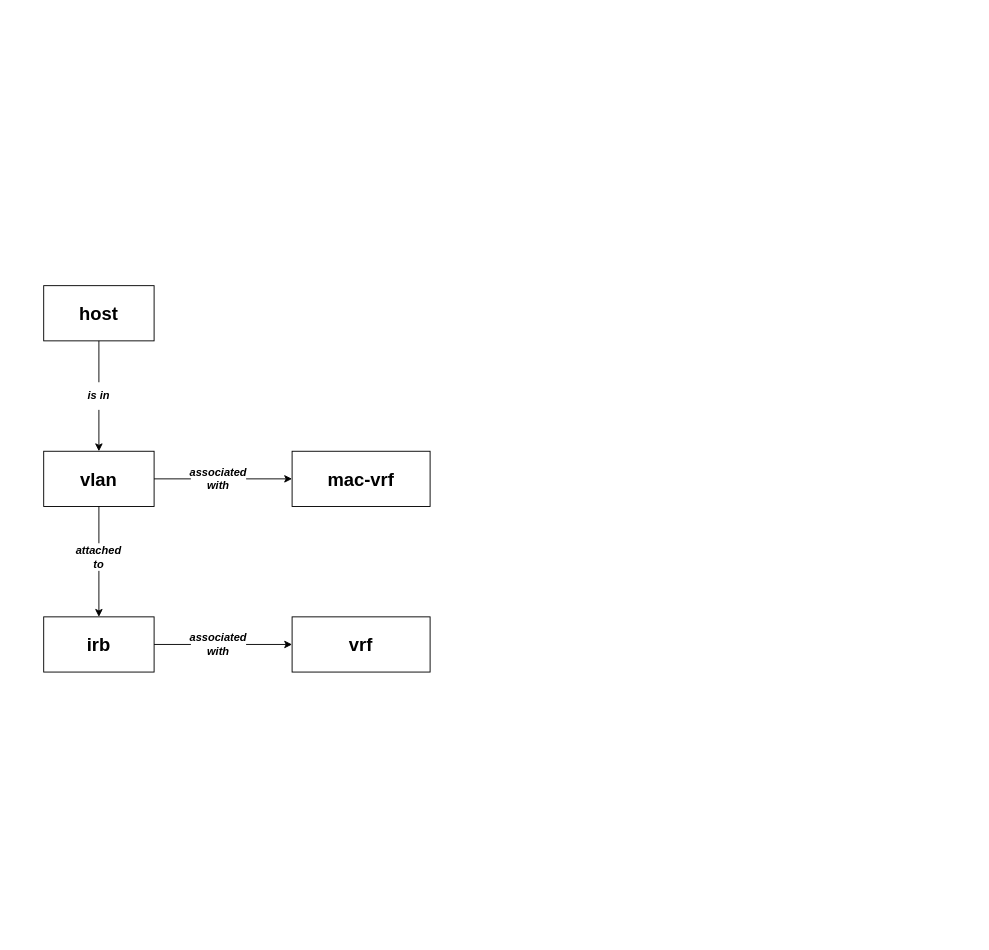
Earlier version of the draw.io diagram draws/Untitled Diagram.drawio (daniel-hurley/my-drawio). Source tidied: cells renumbered, new cells numbered last; positions are measured from the earlier drawing's top-left corner, leaving out a move shared by most shapes. Both pictures are drawn from the tidied source at 92%, with x=0, y=0 at pixel (43, 285).
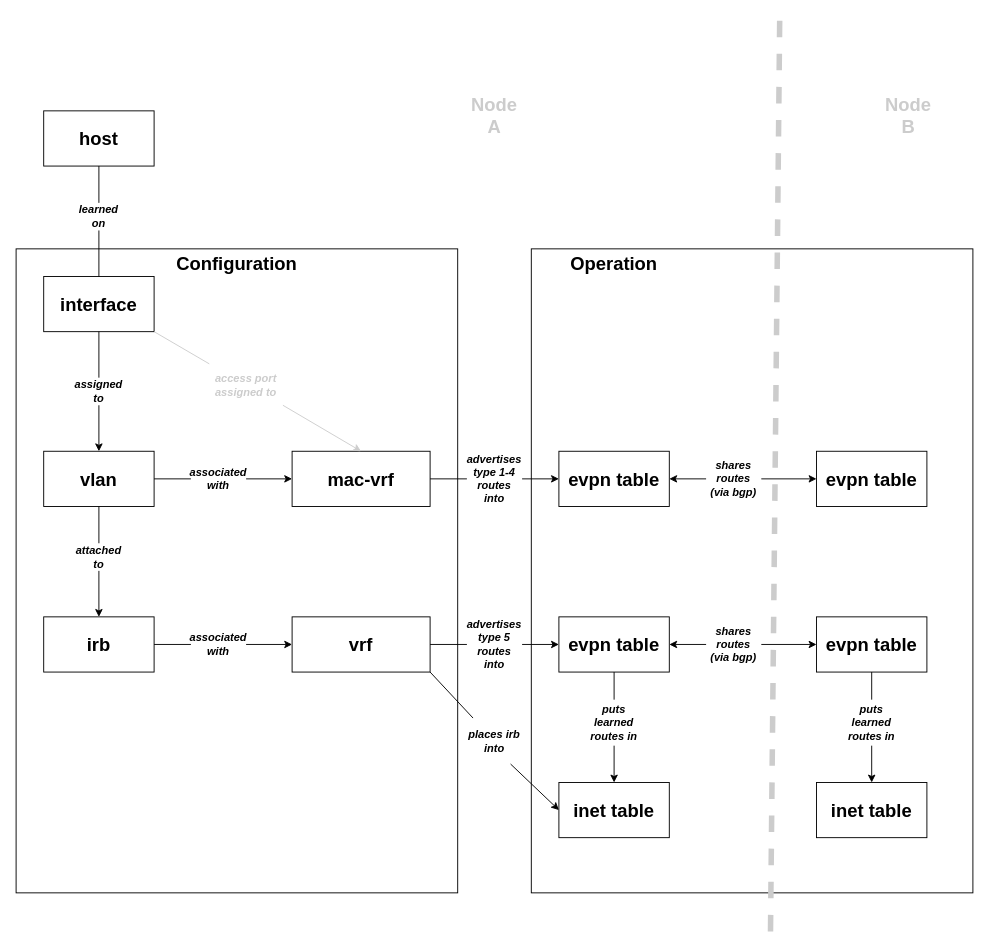
The same diagram, later.

The change refers to these unchanged cells:
```xml
<mxCell id="3" value="&lt;font style=&quot;font-size: 20px;&quot;&gt;&lt;b&gt;vlan&lt;/b&gt;&lt;/font&gt;" style="rounded=0;whiteSpace=wrap;html=1;" parent="1" vertex="1">
  <mxGeometry y="180" width="120" height="60" as="geometry" />
</mxCell>
<mxCell id="5" value="&lt;font size=&quot;1&quot; style=&quot;&quot;&gt;&lt;b style=&quot;font-size: 20px;&quot;&gt;mac-vrf&lt;/b&gt;&lt;/font&gt;" style="rounded=0;whiteSpace=wrap;html=1;" parent="1" vertex="1">
  <mxGeometry x="270" y="180" width="150" height="60" as="geometry" />
</mxCell>
<mxCell id="6" value="&lt;font size=&quot;1&quot; style=&quot;&quot;&gt;&lt;b style=&quot;font-size: 20px;&quot;&gt;vrf&lt;/b&gt;&lt;/font&gt;" style="rounded=0;whiteSpace=wrap;html=1;" parent="1" vertex="1">
  <mxGeometry x="270" y="360" width="150" height="60" as="geometry" />
</mxCell>
```

The edit, as a diff of the source:
```diff
@@
-    <mxCell id="2" value="&lt;font style=&quot;font-size: 20px;&quot;&gt;&lt;b&gt;host&lt;/b&gt;&lt;/font&gt;" style="rounded=0;whiteSpace=wrap;html=1;" parent="1" vertex="1">
-      <mxGeometry width="120" height="60" as="geometry" />
-    </mxCell>
+    <mxCell id="19" style="rounded=0;whiteSpace=wrap;html=1;" parent="1" vertex="1">
+      <mxGeometry x="530" y="-40" width="480" height="700" as="geometry" />
+    </mxCell>
+    <mxCell id="20" style="rounded=0;whiteSpace=wrap;html=1;" parent="1" vertex="1">
+      <mxGeometry x="-30" y="-40" width="480" height="700" as="geometry" />
+    </mxCell>
@@
-    <mxCell id="7" style="endArrow=none;html=1;rounded=0;exitX=0.5;exitY=0;exitDx=0;exitDy=0;" parent="1" edge="1" source="9" target="2">
-      <mxGeometry relative="1" as="geometry" />
-    </mxCell>
-    <mxCell id="8" style="endArrow=none;html=1;rounded=0;exitX=0.5;exitY=0;exitDx=0;exitDy=0;startArrow=classic;startFill=1;" parent="1" edge="1" source="3" target="9">
-      <mxGeometry relative="1" as="geometry" />
-    </mxCell>
-    <mxCell id="9" value="&lt;b&gt;&lt;i&gt;is in&lt;/i&gt;&lt;/b&gt;" style="text;html=1;align=center;verticalAlign=middle;whiteSpace=wrap;rounded=0;" parent="1" vertex="1">
-      <mxGeometry x="30" y="105" width="60" height="30" as="geometry" />
-    </mxCell>
@@
+    <mxCell id="21" value="&lt;span style=&quot;font-size: 20px;&quot;&gt;&lt;b&gt;interface&lt;/b&gt;&lt;/span&gt;" style="rounded=0;whiteSpace=wrap;html=1;" parent="1" vertex="1">
+      <mxGeometry y="-10" width="120" height="60" as="geometry" />
+    </mxCell>
+    <mxCell id="22" style="endArrow=none;html=1;rounded=0;entryX=0.5;entryY=1;entryDx=0;entryDy=0;exitX=0.5;exitY=0;exitDx=0;exitDy=0;" parent="1" edge="1" source="24" target="21">
+      <mxGeometry relative="1" as="geometry" />
+    </mxCell>
+    <mxCell id="23" style="endArrow=none;html=1;rounded=0;entryX=0.5;entryY=1;entryDx=0;entryDy=0;exitX=0.5;exitY=0;exitDx=0;exitDy=0;startArrow=classic;startFill=1;" parent="1" edge="1" source="3" target="24">
+      <mxGeometry relative="1" as="geometry" />
+    </mxCell>
+    <mxCell id="24" value="&lt;b&gt;&lt;i&gt;assigned to&lt;/i&gt;&lt;/b&gt;" style="text;html=1;align=center;verticalAlign=middle;whiteSpace=wrap;rounded=0;" parent="1" vertex="1">
+      <mxGeometry x="30" y="100" width="60" height="30" as="geometry" />
+    </mxCell>
+    <mxCell id="25" value="&lt;span style=&quot;font-size: 20px;&quot;&gt;&lt;b&gt;evpn table&lt;/b&gt;&lt;/span&gt;" style="rounded=0;whiteSpace=wrap;html=1;" parent="1" vertex="1">
+      <mxGeometry x="560" y="180" width="120" height="60" as="geometry" />
+    </mxCell>
+    <mxCell id="26" style="endArrow=classic;html=1;rounded=0;exitX=1;exitY=0.5;exitDx=0;exitDy=0;entryX=0;entryY=0.5;entryDx=0;entryDy=0;startArrow=none;startFill=0;endFill=1;" parent="1" edge="1" source="28" target="25">
+      <mxGeometry relative="1" as="geometry" />
+    </mxCell>
+    <mxCell id="27" style="endArrow=none;html=1;rounded=0;exitX=1;exitY=0.5;exitDx=0;exitDy=0;entryX=0;entryY=0.5;entryDx=0;entryDy=0;" parent="1" edge="1" source="5" target="28">
+      <mxGeometry relative="1" as="geometry" />
+    </mxCell>
+    <mxCell id="28" value="&lt;b&gt;&lt;i&gt;advertises type 1-4 routes&lt;/i&gt;&lt;/b&gt;&lt;div&gt;&lt;b&gt;&lt;i&gt;into&lt;/i&gt;&lt;/b&gt;&lt;/div&gt;" style="text;html=1;align=center;verticalAlign=middle;whiteSpace=wrap;rounded=0;" parent="1" vertex="1">
+      <mxGeometry x="460" y="195" width="60" height="30" as="geometry" />
+    </mxCell>
+    <mxCell id="29" value="&lt;span style=&quot;font-size: 20px;&quot;&gt;&lt;b&gt;evpn table&lt;/b&gt;&lt;/span&gt;" style="rounded=0;whiteSpace=wrap;html=1;" parent="1" vertex="1">
+      <mxGeometry x="560" y="360" width="120" height="60" as="geometry" />
+    </mxCell>
+    <mxCell id="30" style="endArrow=classic;html=1;rounded=0;exitX=1;exitY=0.5;exitDx=0;exitDy=0;entryX=0;entryY=0.5;entryDx=0;entryDy=0;startArrow=none;startFill=0;endFill=1;" parent="1" edge="1" source="32" target="29">
+      <mxGeometry relative="1" as="geometry" />
+    </mxCell>
+    <mxCell id="31" style="endArrow=none;html=1;rounded=0;exitX=1;exitY=0.5;exitDx=0;exitDy=0;entryX=0;entryY=0.5;entryDx=0;entryDy=0;" parent="1" edge="1" source="6" target="32">
+      <mxGeometry relative="1" as="geometry" />
+    </mxCell>
+    <mxCell id="32" value="&lt;b&gt;&lt;i&gt;advertises type 5 routes into&lt;/i&gt;&lt;/b&gt;" style="text;html=1;align=center;verticalAlign=middle;whiteSpace=wrap;rounded=0;" parent="1" vertex="1">
+      <mxGeometry x="460" y="375" width="60" height="30" as="geometry" />
+    </mxCell>
+    <mxCell id="33" value="&lt;span style=&quot;font-size: 20px;&quot;&gt;&lt;b&gt;inet table&lt;/b&gt;&lt;/span&gt;" style="rounded=0;whiteSpace=wrap;html=1;" parent="1" vertex="1">
+      <mxGeometry x="560" y="540" width="120" height="60" as="geometry" />
+    </mxCell>
+    <mxCell id="34" style="endArrow=classic;html=1;rounded=0;exitX=0.75;exitY=1;exitDx=0;exitDy=0;entryX=0;entryY=0.5;entryDx=0;entryDy=0;startArrow=none;startFill=0;endFill=1;" parent="1" edge="1" source="36" target="33">
+      <mxGeometry relative="1" as="geometry" />
+    </mxCell>
+    <mxCell id="35" style="endArrow=none;html=1;rounded=0;exitX=1;exitY=1;exitDx=0;exitDy=0;" parent="1" edge="1" source="6" target="36">
+      <mxGeometry relative="1" as="geometry" />
+    </mxCell>
+    <mxCell id="36" value="&lt;b&gt;&lt;i&gt;places irb into&lt;/i&gt;&lt;/b&gt;" style="text;html=1;align=center;verticalAlign=middle;whiteSpace=wrap;rounded=0;" parent="1" vertex="1">
+      <mxGeometry x="455" y="470" width="70" height="50" as="geometry" />
+    </mxCell>
+    <mxCell id="2" value="&lt;span style=&quot;font-size: 20px;&quot;&gt;&lt;b&gt;host&lt;/b&gt;&lt;/span&gt;" style="rounded=0;whiteSpace=wrap;html=1;" parent="1" vertex="1">
+      <mxGeometry y="-190" width="120" height="60" as="geometry" />
+    </mxCell>
+    <mxCell id="37" style="endArrow=none;html=1;rounded=0;entryX=0.5;entryY=1;entryDx=0;entryDy=0;exitX=0.5;exitY=0;exitDx=0;exitDy=0;" parent="1" edge="1" source="46" target="2">
+      <mxGeometry relative="1" as="geometry" />
+    </mxCell>
+    <mxCell id="38" style="endArrow=none;html=1;rounded=0;entryX=1;entryY=1;entryDx=0;entryDy=0;exitX=0;exitY=0;exitDx=0;exitDy=0;fontColor=#CCCCCC;fillColor=#f5f5f5;strokeColor=#CCCCCC;" parent="1" edge="1" source="40" target="21">
+      <mxGeometry relative="1" as="geometry" />
+    </mxCell>
+    <mxCell id="39" style="endArrow=none;html=1;rounded=0;entryX=1;entryY=1;entryDx=0;entryDy=0;exitX=0.5;exitY=0;exitDx=0;exitDy=0;startArrow=classic;startFill=1;strokeColor=#CCCCCC;" parent="1" edge="1" source="5" target="40">
+      <mxGeometry relative="1" as="geometry" />
+    </mxCell>
+    <mxCell id="40" value="&lt;b&gt;&lt;i&gt;access port assigned to&lt;/i&gt;&lt;/b&gt;" style="text;html=1;align=center;verticalAlign=middle;whiteSpace=wrap;rounded=0;fontColor=#CCCCCC;" parent="1" vertex="1">
+      <mxGeometry x="180" y="85" width="80" height="45" as="geometry" />
+    </mxCell>
+    <mxCell id="41" value="&lt;span style=&quot;font-size: 20px;&quot;&gt;&lt;b&gt;evpn table&lt;/b&gt;&lt;/span&gt;" style="rounded=0;whiteSpace=wrap;html=1;" parent="1" vertex="1">
+      <mxGeometry x="840" y="360" width="120" height="60" as="geometry" />
+    </mxCell>
+    <mxCell id="42" style="endArrow=classic;html=1;rounded=0;exitX=1;exitY=0.5;exitDx=0;exitDy=0;entryX=0;entryY=0.5;entryDx=0;entryDy=0;startArrow=none;startFill=0;" parent="1" edge="1" source="51" target="41">
+      <mxGeometry relative="1" as="geometry" />
+    </mxCell>
+    <mxCell id="43" value="&lt;span style=&quot;font-size: 20px;&quot;&gt;&lt;b&gt;evpn table&lt;/b&gt;&lt;/span&gt;" style="rounded=0;whiteSpace=wrap;html=1;" parent="1" vertex="1">
+      <mxGeometry x="840" y="180" width="120" height="60" as="geometry" />
+    </mxCell>
+    <mxCell id="44" value="&lt;span style=&quot;font-size: 20px;&quot;&gt;&lt;b&gt;inet table&lt;/b&gt;&lt;/span&gt;" style="rounded=0;whiteSpace=wrap;html=1;" parent="1" vertex="1">
+      <mxGeometry x="840" y="540" width="120" height="60" as="geometry" />
+    </mxCell>
+    <mxCell id="45" style="endArrow=none;html=1;rounded=0;entryX=0.5;entryY=1;entryDx=0;entryDy=0;exitX=0.5;exitY=0;exitDx=0;exitDy=0;" parent="1" edge="1" source="21" target="46">
+      <mxGeometry relative="1" as="geometry" />
+    </mxCell>
+    <mxCell id="46" value="&lt;b&gt;&lt;i&gt;learned on&lt;/i&gt;&lt;/b&gt;" style="text;html=1;align=center;verticalAlign=middle;whiteSpace=wrap;rounded=0;" parent="1" vertex="1">
+      <mxGeometry x="30" y="-90" width="60" height="30" as="geometry" />
+    </mxCell>
+    <mxCell id="47" style="endArrow=none;startArrow=none;html=1;rounded=0;entryX=0.5;entryY=1;entryDx=0;entryDy=0;exitX=0.5;exitY=0;exitDx=0;exitDy=0;startFill=0;endFill=0;" parent="1" edge="1" source="49" target="29">
+      <mxGeometry relative="1" as="geometry" />
+    </mxCell>
+    <mxCell id="48" style="endArrow=none;startArrow=classic;html=1;rounded=0;entryX=0.5;entryY=1;entryDx=0;entryDy=0;exitX=0.5;exitY=0;exitDx=0;exitDy=0;startFill=1;endFill=0;" parent="1" edge="1" source="33" target="49">
+      <mxGeometry relative="1" as="geometry" />
+    </mxCell>
+    <mxCell id="49" value="&lt;b&gt;&lt;i&gt;puts learned routes in&lt;/i&gt;&lt;/b&gt;" style="text;html=1;align=center;verticalAlign=middle;whiteSpace=wrap;rounded=0;" parent="1" vertex="1">
+      <mxGeometry x="590" y="450" width="60" height="50" as="geometry" />
+    </mxCell>
+    <mxCell id="50" style="endArrow=none;html=1;rounded=0;exitX=1;exitY=0.5;exitDx=0;exitDy=0;entryX=0;entryY=0.5;entryDx=0;entryDy=0;startArrow=classic;startFill=1;endFill=0;" parent="1" edge="1" source="29" target="51">
+      <mxGeometry relative="1" as="geometry" />
+    </mxCell>
+    <mxCell id="51" value="shares routes&lt;div&gt;(via bgp)&lt;/div&gt;" style="text;html=1;align=center;verticalAlign=middle;whiteSpace=wrap;rounded=0;fontStyle=3;" parent="1" vertex="1">
+      <mxGeometry x="720" y="375" width="60" height="30" as="geometry" />
+    </mxCell>
+    <mxCell id="52" style="endArrow=classic;startArrow=none;html=1;rounded=0;entryX=1;entryY=0.5;entryDx=0;entryDy=0;exitX=0;exitY=0.5;exitDx=0;exitDy=0;endFill=1;startFill=0;" parent="1" edge="1" source="54" target="25">
+      <mxGeometry relative="1" as="geometry" />
+    </mxCell>
+    <mxCell id="53" style="endArrow=none;startArrow=classic;html=1;rounded=0;entryX=1;entryY=0.5;entryDx=0;entryDy=0;exitX=0;exitY=0.5;exitDx=0;exitDy=0;startFill=1;endFill=0;" parent="1" edge="1" source="43" target="54">
+      <mxGeometry relative="1" as="geometry" />
+    </mxCell>
+    <mxCell id="54" value="shares routes&lt;div&gt;(via bgp)&lt;/div&gt;" style="text;html=1;align=center;verticalAlign=middle;whiteSpace=wrap;rounded=0;fontStyle=3;" parent="1" vertex="1">
+      <mxGeometry x="720" y="195" width="60" height="30" as="geometry" />
+    </mxCell>
+    <mxCell id="55" style="endArrow=classic;html=1;rounded=0;exitX=0.5;exitY=1;exitDx=0;exitDy=0;entryX=0.5;entryY=0;entryDx=0;entryDy=0;" parent="1" edge="1" source="57" target="44">
+      <mxGeometry relative="1" as="geometry" />
+    </mxCell>
+    <mxCell id="56" style="endArrow=none;html=1;rounded=0;exitX=0.5;exitY=1;exitDx=0;exitDy=0;entryX=0.5;entryY=0;entryDx=0;entryDy=0;endFill=0;" parent="1" edge="1" source="41" target="57">
+      <mxGeometry relative="1" as="geometry" />
+    </mxCell>
+    <mxCell id="57" value="&lt;b&gt;&lt;i&gt;puts learned routes in&lt;/i&gt;&lt;/b&gt;" style="text;html=1;align=center;verticalAlign=middle;whiteSpace=wrap;rounded=0;" parent="1" vertex="1">
+      <mxGeometry x="870" y="450" width="60" height="50" as="geometry" />
+    </mxCell>
+    <mxCell id="58" value="&lt;b&gt;&lt;font style=&quot;font-size: 20px;&quot;&gt;Configuration&lt;/font&gt;&lt;/b&gt;" style="text;html=1;align=center;verticalAlign=middle;whiteSpace=wrap;rounded=0;" parent="1" vertex="1">
+      <mxGeometry x="180" y="-40" width="60" height="30" as="geometry" />
+    </mxCell>
+    <mxCell id="59" value="&lt;b&gt;&lt;font style=&quot;font-size: 20px;&quot;&gt;Operation&lt;/font&gt;&lt;/b&gt;" style="text;html=1;align=center;verticalAlign=middle;whiteSpace=wrap;rounded=0;" parent="1" vertex="1">
+      <mxGeometry x="590" y="-40" width="60" height="30" as="geometry" />
+    </mxCell>
+    <mxCell id="60" style="endArrow=none;dashed=1;html=1;rounded=0;strokeWidth=6;fillColor=#f5f5f5;strokeColor=#CCCCCC;" parent="1" edge="1">
+      <mxGeometry relative="1" as="geometry">
+        <mxPoint x="790" y="701.9" as="sourcePoint" />
+        <mxPoint x="800" y="-290" as="targetPoint" />
+      </mxGeometry>
+    </mxCell>
+    <mxCell id="61" value="&lt;b&gt;&lt;font color=&quot;#cccccc&quot; style=&quot;font-size: 20px;&quot;&gt;Node A&lt;/font&gt;&lt;/b&gt;" style="text;html=1;align=center;verticalAlign=middle;whiteSpace=wrap;rounded=0;" parent="1" vertex="1">
+      <mxGeometry x="460" y="-200" width="60" height="30" as="geometry" />
+    </mxCell>
+    <mxCell id="62" value="&lt;b&gt;&lt;font color=&quot;#cccccc&quot; style=&quot;font-size: 20px;&quot;&gt;Node B&lt;/font&gt;&lt;/b&gt;" style="text;html=1;align=center;verticalAlign=middle;whiteSpace=wrap;rounded=0;" parent="1" vertex="1">
+      <mxGeometry x="910" y="-200" width="60" height="30" as="geometry" />
+    </mxCell>
```
